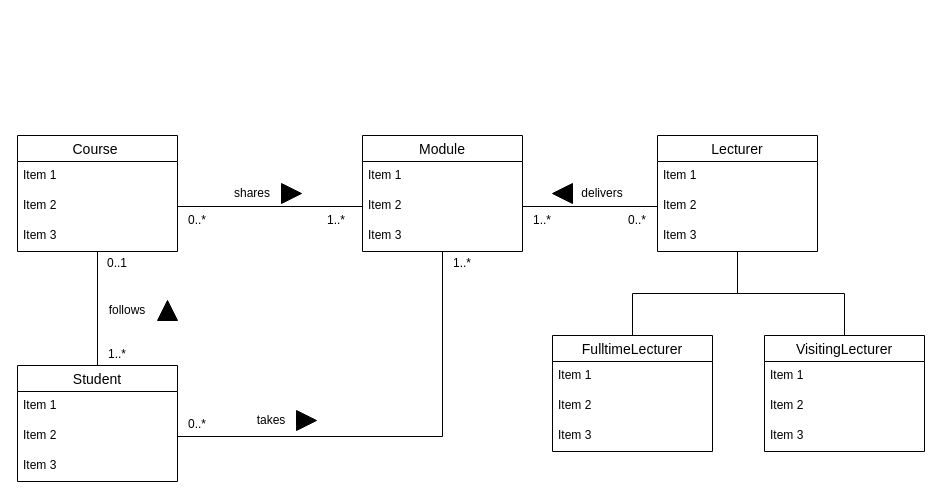
The draw.io diagram page "MyAnswers" (2 of 2) of Tutorial 2/Tutorial2_Exercise2.drawio in ChitharaKarunasekera/DatabaseSystemsTutorials, before the edit. Source tidied: cells renumbered, new cells numbered last; positions are measured from the earlier drawing's top-left corner, leaving out a move shared by most shapes. Both pictures are drawn from the tidied source at 100%, with x=0, y=0 at pixel (17, 135).
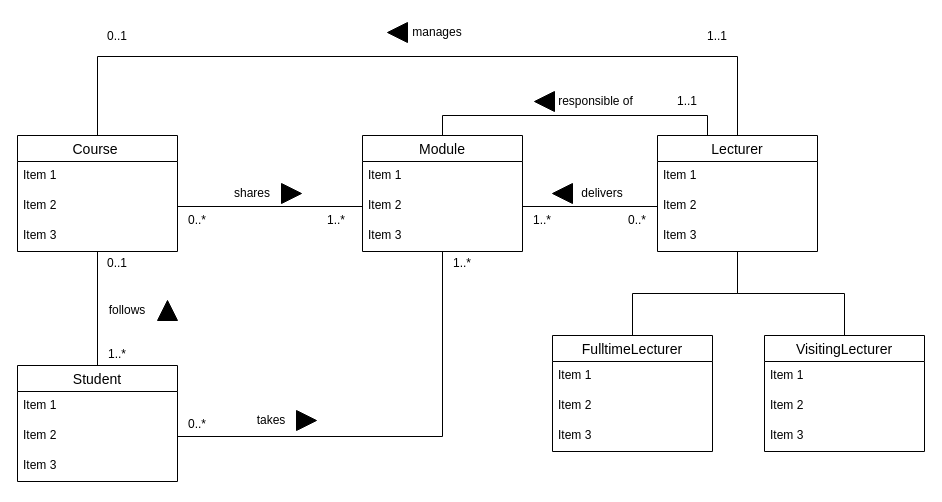
The same diagram, later.

Unchanged cells that the change refers to:
```xml
<mxCell id="3" value="Course " style="swimlane;fontStyle=0;horizontal=1;startSize=26;align=center;fontSize=14;" parent="1" vertex="1">
  <mxGeometry width="160" height="116" as="geometry" />
</mxCell>
<mxCell id="7" value="Module" style="swimlane;fontStyle=0;horizontal=1;startSize=26;align=center;fontSize=14;" parent="1" vertex="1">
  <mxGeometry x="345" width="160" height="116" as="geometry" />
</mxCell>
<mxCell id="31" value="Lecturer" style="swimlane;fontStyle=0;horizontal=1;startSize=26;align=center;fontSize=14;" parent="1" vertex="1">
  <mxGeometry x="640" width="160" height="116" as="geometry" />
</mxCell>
```

Diff of the diagram source:
```diff
@@
+    <mxCell id="48" style="edgeStyle=orthogonalEdgeStyle;rounded=0;jettySize=auto;html=1;exitX=0.5;exitY=0;exitDx=0;exitDy=0;entryX=0.5;entryY=0;entryDx=0;entryDy=0;endArrow=none;endFill=0;" parent="1" edge="1" source="31" target="3">
+      <mxGeometry relative="1" as="geometry">
+        <Array as="points">
+          <mxPoint x="720" y="-79" />
+          <mxPoint x="80" y="-79" />
+        </Array>
+      </mxGeometry>
+    </mxCell>
+    <mxCell id="49" style="edgeStyle=orthogonalEdgeStyle;rounded=0;jettySize=auto;html=1;entryX=0.5;entryY=0;entryDx=0;entryDy=0;endArrow=none;endFill=0;" parent="1" edge="1" source="31" target="7">
+      <mxGeometry relative="1" as="geometry">
+        <Array as="points">
+          <mxPoint x="690" y="-20" />
+          <mxPoint x="425" y="-20" />
+        </Array>
+      </mxGeometry>
+    </mxCell>
@@
+    <mxCell id="50" value="manages" style="text;html=1;strokeColor=none;fillColor=none;align=center;verticalAlign=middle;whiteSpace=wrap;rounded=0;" parent="1" vertex="1">
+      <mxGeometry x="390" y="-118" width="60" height="30" as="geometry" />
+    </mxCell>
+    <mxCell id="51" style="triangle;whiteSpace=wrap;html=1;fillColor=#000000;rotation=0;direction=west;" parent="1" vertex="1">
+      <mxGeometry x="370" y="-113" width="20" height="20" as="geometry" />
+    </mxCell>
+    <mxCell id="52" value="0..1" style="text;html=1;strokeColor=none;fillColor=none;align=center;verticalAlign=middle;whiteSpace=wrap;rounded=0;" parent="1" vertex="1">
+      <mxGeometry x="80" y="-111" width="40" height="23" as="geometry" />
+    </mxCell>
+    <mxCell id="53" value="1..1" style="text;html=1;strokeColor=none;fillColor=none;align=center;verticalAlign=middle;whiteSpace=wrap;rounded=0;" parent="1" vertex="1">
+      <mxGeometry x="680" y="-111" width="40" height="23" as="geometry" />
+    </mxCell>
+    <mxCell id="54" value="responsible of" style="text;html=1;strokeColor=none;fillColor=none;align=center;verticalAlign=middle;whiteSpace=wrap;rounded=0;" parent="1" vertex="1">
+      <mxGeometry x="537" y="-49" width="83" height="30" as="geometry" />
+    </mxCell>
+    <mxCell id="55" style="triangle;whiteSpace=wrap;html=1;fillColor=#000000;rotation=0;direction=west;" parent="1" vertex="1">
+      <mxGeometry x="517" y="-44" width="20" height="20" as="geometry" />
+    </mxCell>
+    <mxCell id="56" value="1..1" style="text;html=1;strokeColor=none;fillColor=none;align=center;verticalAlign=middle;whiteSpace=wrap;rounded=0;" parent="1" vertex="1">
+      <mxGeometry x="650" y="-45.5" width="40" height="23" as="geometry" />
+    </mxCell>
```
